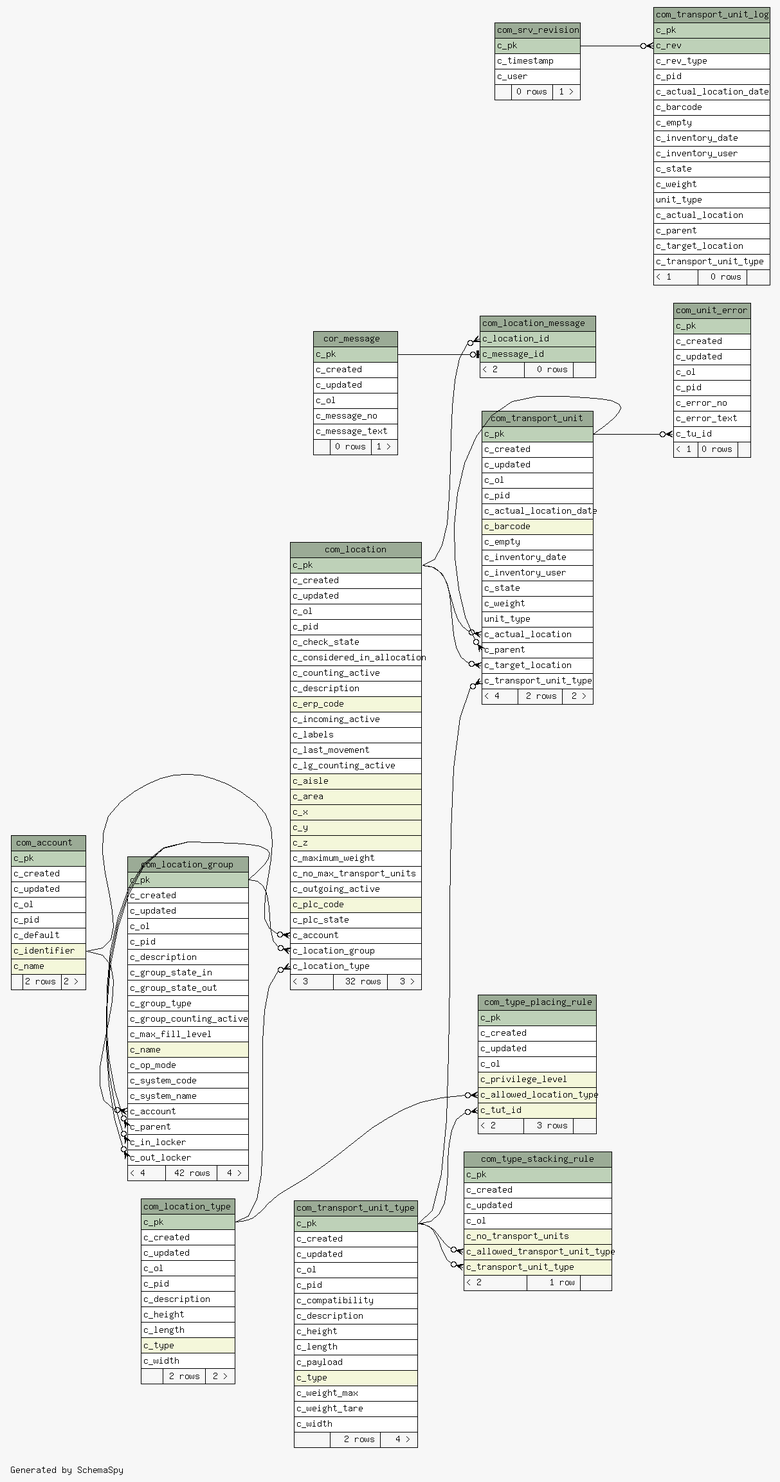
The Graphviz diagram 1.7.0-SNAPSHOT/schemaspy/diagrams/summary/relationships.real.large.png in openwms/org.openwms.common.service.lib, before a commit. Its source is kept beside it as 1.7.0-SNAPSHOT/schemaspy/diagrams/summary/relationships.real.large.dot.
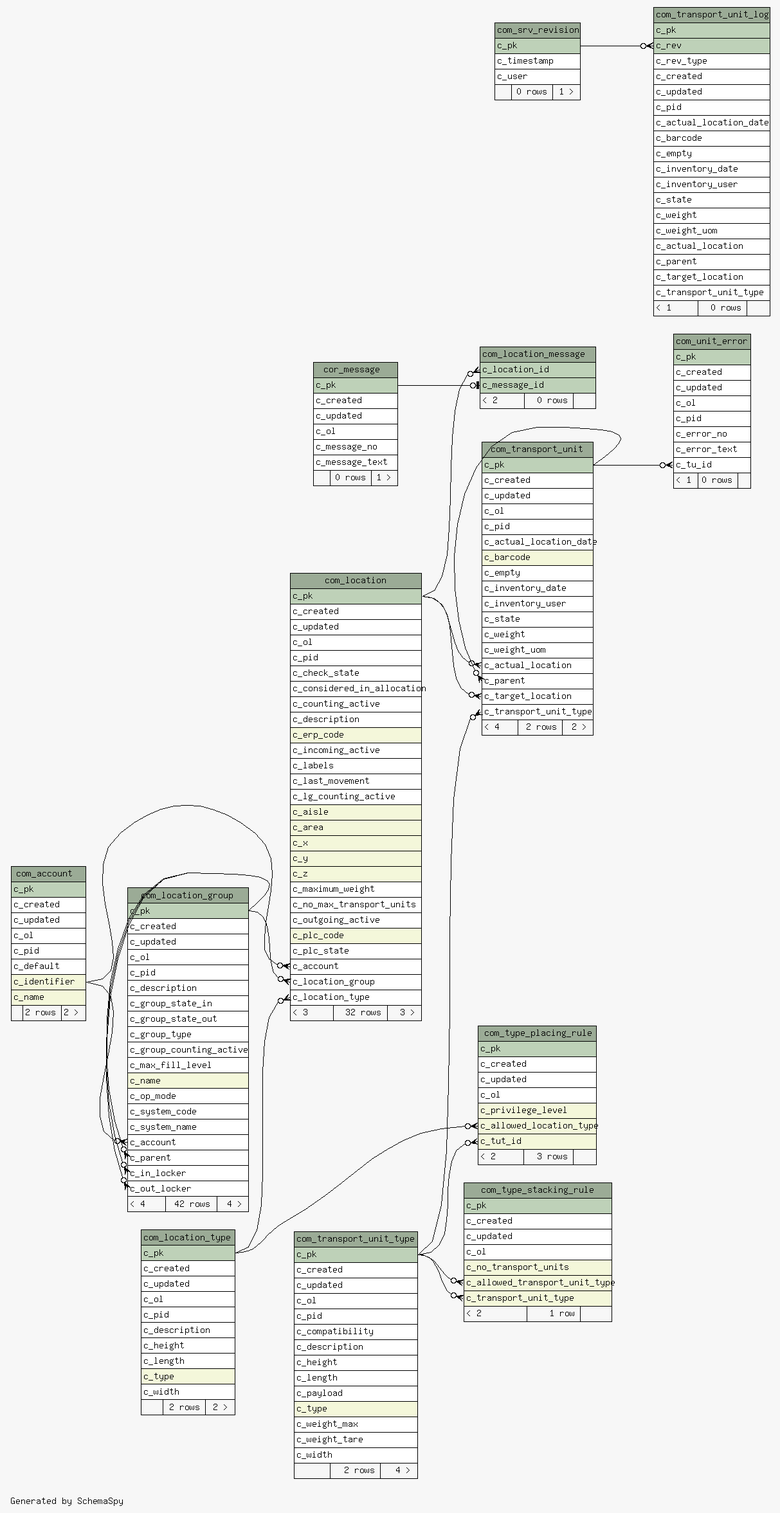
Later version of the same file.

The edit, as a diff of the source:
```diff
@@ -156,7 +156,7 @@
       <TR><TD PORT="c_inventory_user" COLSPAN="3" ALIGN="LEFT">c_inventory_user</TD></TR>
       <TR><TD PORT="c_state" COLSPAN="3" ALIGN="LEFT">c_state</TD></TR>
       <TR><TD PORT="c_weight" COLSPAN="3" ALIGN="LEFT">c_weight</TD></TR>
-      <TR><TD PORT="unit_type" COLSPAN="3" ALIGN="LEFT">unit_type</TD></TR>
+      <TR><TD PORT="c_weight_uom" COLSPAN="3" ALIGN="LEFT">c_weight_uom</TD></TR>
       <TR><TD PORT="c_actual_location" COLSPAN="3" ALIGN="LEFT">c_actual_location</TD></TR>
       <TR><TD PORT="c_parent" COLSPAN="3" ALIGN="LEFT">c_parent</TD></TR>
       <TR><TD PORT="c_target_location" COLSPAN="3" ALIGN="LEFT">c_target_location</TD></TR>
@@ -173,6 +173,8 @@
       <TR><TD PORT="c_pk" COLSPAN="3" BGCOLOR="#bed1b8" ALIGN="LEFT">c_pk</TD></TR>
       <TR><TD PORT="c_rev" COLSPAN="3" BGCOLOR="#bed1b8" ALIGN="LEFT">c_rev</TD></TR>
       <TR><TD PORT="c_rev_type" COLSPAN="3" ALIGN="LEFT">c_rev_type</TD></TR>
+      <TR><TD PORT="c_created" COLSPAN="3" ALIGN="LEFT">c_created</TD></TR>
+      <TR><TD PORT="c_updated" COLSPAN="3" ALIGN="LEFT">c_updated</TD></TR>
       <TR><TD PORT="c_pid" COLSPAN="3" ALIGN="LEFT">c_pid</TD></TR>
       <TR><TD PORT="c_actual_location_date" COLSPAN="3" ALIGN="LEFT">c_actual_location_date</TD></TR>
       <TR><TD PORT="c_barcode" COLSPAN="3" ALIGN="LEFT">c_barcode</TD></TR>
@@ -181,7 +183,7 @@
       <TR><TD PORT="c_inventory_user" COLSPAN="3" ALIGN="LEFT">c_inventory_user</TD></TR>
       <TR><TD PORT="c_state" COLSPAN="3" ALIGN="LEFT">c_state</TD></TR>
       <TR><TD PORT="c_weight" COLSPAN="3" ALIGN="LEFT">c_weight</TD></TR>
-      <TR><TD PORT="unit_type" COLSPAN="3" ALIGN="LEFT">unit_type</TD></TR>
+      <TR><TD PORT="c_weight_uom" COLSPAN="3" ALIGN="LEFT">c_weight_uom</TD></TR>
       <TR><TD PORT="c_actual_location" COLSPAN="3" ALIGN="LEFT">c_actual_location</TD></TR>
       <TR><TD PORT="c_parent" COLSPAN="3" ALIGN="LEFT">c_parent</TD></TR>
       <TR><TD PORT="c_target_location" COLSPAN="3" ALIGN="LEFT">c_target_location</TD></TR>
```
